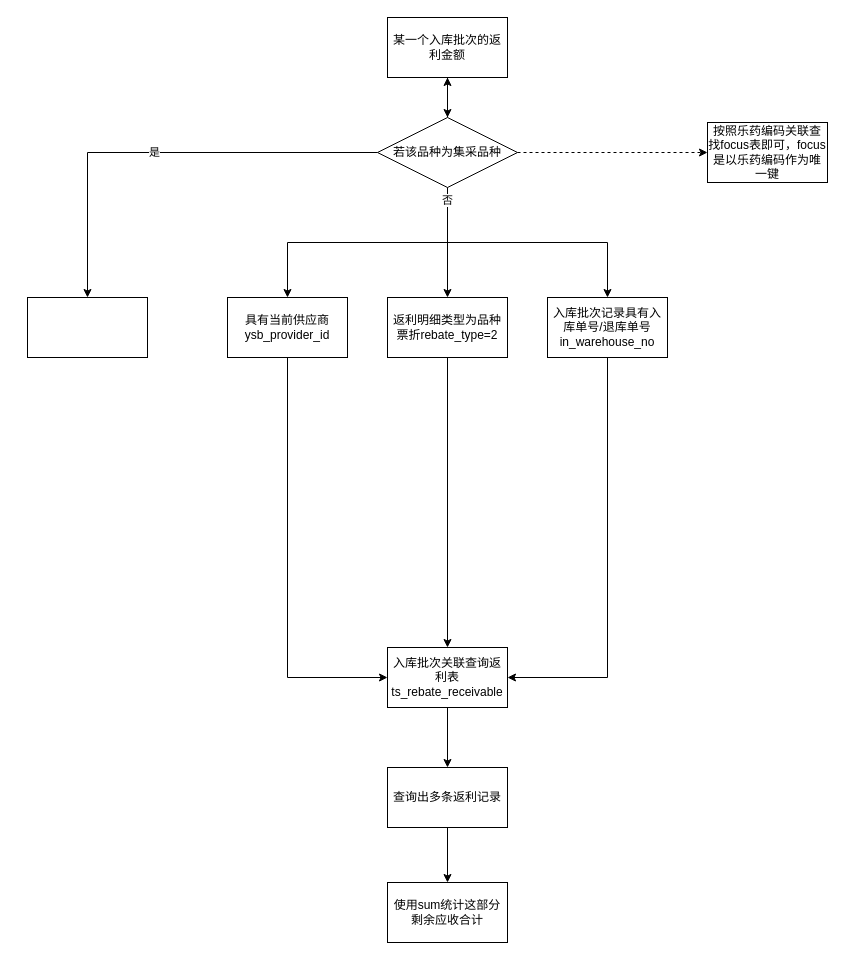
Before: gitskills/返利金额.drawio in benbenbo/learngit, a draw.io diagram. Source tidied: cells renumbered, new cells numbered last; positions are measured from the earlier drawing's top-left corner, leaving out a move shared by most shapes. Both pictures are drawn from the tidied source at 100%, with x=0, y=0 at pixel (27, 17).
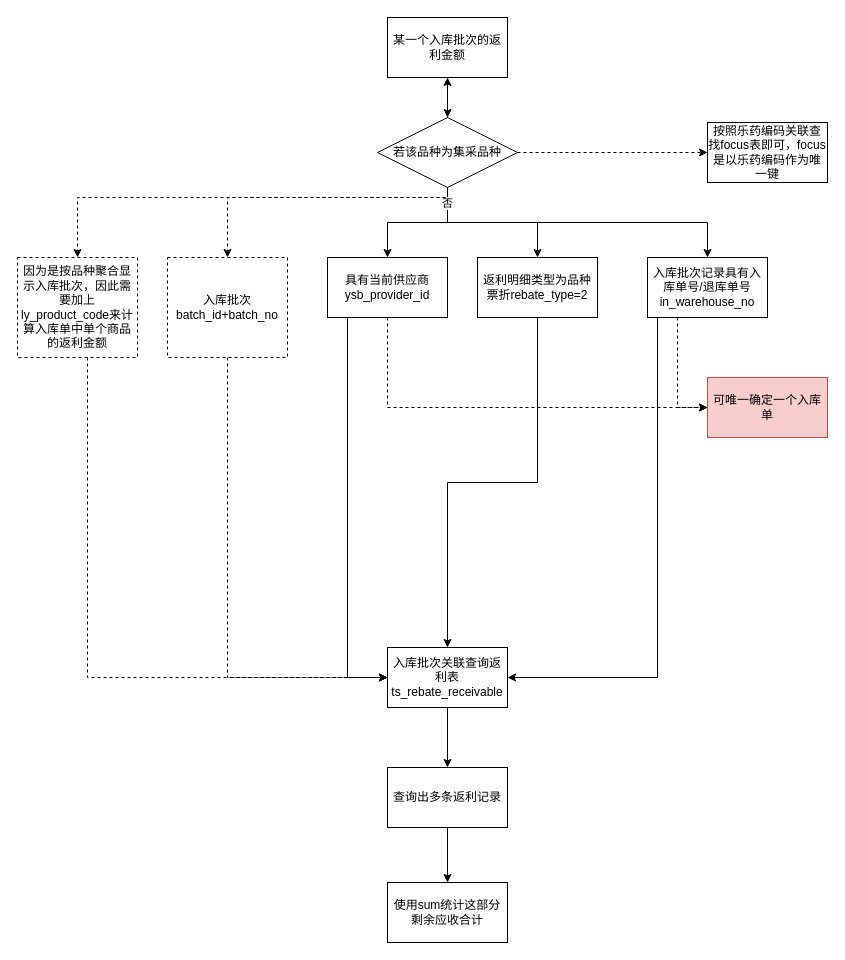
The same page after the edit.

Commit message:
更新返利金额.drawio

The change refers to these unchanged cells:
```xml
<mxCell id="11" value="入库批次关联查询返利表ts_rebate_receivable" style="rounded=0;whiteSpace=wrap;html=1;" parent="1" vertex="1">
  <mxGeometry x="360" y="630" width="120" height="60" as="geometry" />
</mxCell>
<mxCell id="23" value="&lt;span&gt;若该品种为集采品种&lt;/span&gt;" style="rhombus;whiteSpace=wrap;html=1;" parent="1" vertex="1">
  <mxGeometry x="350" y="100" width="140" height="70" as="geometry" />
</mxCell>
```

Change to the diagram source:
```diff
@@
-    <mxCell id="4" style="edgeStyle=orthogonalEdgeStyle;rounded=0;jettySize=auto;html=1;entryX=0;entryY=0.5;entryDx=0;entryDy=0;" parent="1" edge="1" source="5" target="11">
+    <mxCell id="4" style="edgeStyle=orthogonalEdgeStyle;rounded=0;jettySize=auto;html=1;entryX=0;entryY=0.5;entryDx=0;entryDy=0;exitX=0.5;exitY=1;exitDx=0;exitDy=0;" parent="1" edge="1" source="5" target="11">
       <mxGeometry relative="1" as="geometry">
         <Array as="points">
-          <mxPoint x="260" y="660" />
+          <mxPoint x="320" y="300" />
+          <mxPoint x="320" y="660" />
         </Array>
       </mxGeometry>
     </mxCell>
+    <mxCell id="26" style="edgeStyle=orthogonalEdgeStyle;rounded=0;jettySize=auto;html=1;entryX=0;entryY=0.5;entryDx=0;entryDy=0;dashed=1;exitX=0.5;exitY=1;exitDx=0;exitDy=0;" parent="1" edge="1" source="5" target="32">
+      <mxGeometry relative="1" as="geometry">
+        <Array as="points">
+          <mxPoint x="360" y="390" />
+        </Array>
+      </mxGeometry>
+    </mxCell>
     <mxCell id="5" value="具有当前供应商ysb_provider_id" style="rounded=0;whiteSpace=wrap;html=1;" parent="1" vertex="1">
-      <mxGeometry x="200" y="280" width="120" height="60" as="geometry" />
+      <mxGeometry x="300" y="240" width="120" height="60" as="geometry" />
     </mxCell>
@@
     <mxCell id="7" value="返利明细类型为品种票折rebate_type=2" style="rounded=0;whiteSpace=wrap;html=1;" parent="1" vertex="1">
-      <mxGeometry x="360" y="280" width="120" height="60" as="geometry" />
+      <mxGeometry x="450" y="240" width="120" height="60" as="geometry" />
     </mxCell>
-    <mxCell id="8" style="edgeStyle=orthogonalEdgeStyle;rounded=0;jettySize=auto;html=1;entryX=1;entryY=0.5;entryDx=0;entryDy=0;" parent="1" edge="1" source="9" target="11">
+    <mxCell id="8" style="edgeStyle=orthogonalEdgeStyle;rounded=0;jettySize=auto;html=1;entryX=1;entryY=0.5;entryDx=0;entryDy=0;exitX=0.25;exitY=1;exitDx=0;exitDy=0;" parent="1" edge="1" source="9" target="11">
       <mxGeometry relative="1" as="geometry">
         <Array as="points">
-          <mxPoint x="580" y="660" />
+          <mxPoint x="630" y="300" />
+          <mxPoint x="630" y="660" />
         </Array>
       </mxGeometry>
     </mxCell>
+    <mxCell id="27" style="edgeStyle=orthogonalEdgeStyle;rounded=0;jettySize=auto;html=1;entryX=0;entryY=0.5;entryDx=0;entryDy=0;dashed=1;exitX=0.5;exitY=1;exitDx=0;exitDy=0;" parent="1" edge="1" source="9" target="32">
+      <mxGeometry relative="1" as="geometry">
+        <Array as="points">
+          <mxPoint x="650" y="300" />
+          <mxPoint x="650" y="390" />
+        </Array>
+      </mxGeometry>
+    </mxCell>
     <mxCell id="9" value="入库批次记录具有入库单号/退库单号in_warehouse_no" style="rounded=0;whiteSpace=wrap;html=1;" parent="1" vertex="1">
-      <mxGeometry x="520" y="280" width="120" height="60" as="geometry" />
+      <mxGeometry x="620" y="240" width="120" height="60" as="geometry" />
     </mxCell>
@@
-    <mxCell id="21" style="edgeStyle=orthogonalEdgeStyle;rounded=0;jettySize=auto;html=1;entryX=0.5;entryY=0;entryDx=0;entryDy=0;" parent="1" edge="1" source="23" target="25">
-      <mxGeometry relative="1" as="geometry" />
-    </mxCell>
-    <mxCell id="22" value="是" style="edgeLabel;html=1;align=center;verticalAlign=middle;" parent="21" vertex="1">
-      <mxGeometry x="0.03" y="-1" relative="1" as="geometry" />
-    </mxCell>
+    <mxCell id="28" style="edgeStyle=orthogonalEdgeStyle;rounded=0;jettySize=auto;html=1;entryX=0.5;entryY=0;entryDx=0;entryDy=0;exitX=0.5;exitY=1;exitDx=0;exitDy=0;dashed=1;" parent="1" edge="1" source="23" target="31">
+      <mxGeometry relative="1" as="geometry">
+        <Array as="points">
+          <mxPoint x="420" y="180" />
+          <mxPoint x="50" y="180" />
+        </Array>
+      </mxGeometry>
+    </mxCell>
+    <mxCell id="29" style="edgeStyle=orthogonalEdgeStyle;rounded=0;jettySize=auto;html=1;entryX=0.5;entryY=0;entryDx=0;entryDy=0;dashed=1;" parent="1" edge="1" source="23" target="34">
+      <mxGeometry relative="1" as="geometry">
+        <Array as="points">
+          <mxPoint x="420" y="180" />
+          <mxPoint x="200" y="180" />
+        </Array>
+      </mxGeometry>
+    </mxCell>
@@
-    <mxCell id="25" style="rounded=0;whiteSpace=wrap;html=1;" parent="1" vertex="1">
-      <mxGeometry y="280" width="120" height="60" as="geometry" />
-    </mxCell>
+    <mxCell id="30" style="edgeStyle=orthogonalEdgeStyle;rounded=0;jettySize=auto;html=1;entryX=0;entryY=0.5;entryDx=0;entryDy=0;dashed=1;" parent="1" edge="1" source="31" target="11">
+      <mxGeometry relative="1" as="geometry">
+        <Array as="points">
+          <mxPoint x="60" y="660" />
+        </Array>
+      </mxGeometry>
+    </mxCell>
+    <mxCell id="31" value="因为是按品种聚合显示入库批次，因此需要加上ly_product_code来计算入库单中单个商品的返利金额" style="rounded=0;whiteSpace=wrap;html=1;dashed=1;" parent="1" vertex="1">
+      <mxGeometry x="-10" y="240" width="120" height="100" as="geometry" />
+    </mxCell>
+    <mxCell id="32" value="可唯一确定一个入库单" style="rounded=0;whiteSpace=wrap;html=1;fillColor=#f8cecc;strokeColor=#b85450;" parent="1" vertex="1">
+      <mxGeometry x="680" y="360" width="120" height="60" as="geometry" />
+    </mxCell>
+    <mxCell id="33" style="edgeStyle=orthogonalEdgeStyle;rounded=0;jettySize=auto;html=1;dashed=1;entryX=0;entryY=0.5;entryDx=0;entryDy=0;" parent="1" edge="1" source="34" target="11">
+      <mxGeometry relative="1" as="geometry">
+        <Array as="points">
+          <mxPoint x="200" y="660" />
+        </Array>
+      </mxGeometry>
+    </mxCell>
+    <mxCell id="34" value="入库批次batch_id+batch_no" style="rounded=0;whiteSpace=wrap;html=1;dashed=1;" parent="1" vertex="1">
+      <mxGeometry x="140" y="240" width="120" height="100" as="geometry" />
+    </mxCell>
```
